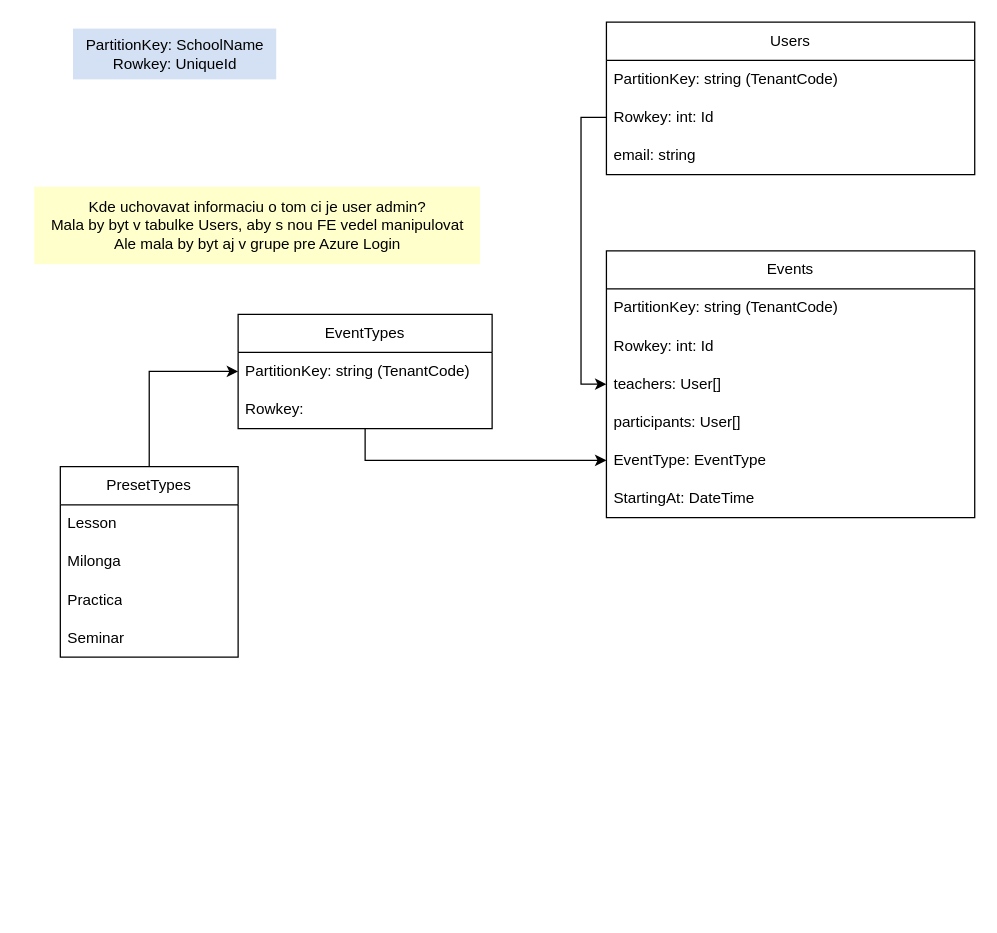
Before: Diagrams/Database.drawio in NicolasMacak/ActivityRegistrator.BE, a draw.io diagram. Source tidied: cells renumbered, new cells numbered last; positions are measured from the earlier drawing's top-left corner, leaving out a move shared by most shapes. Both pictures are drawn from the tidied source at 127%, with x=0, y=0 at pixel (34, 22).
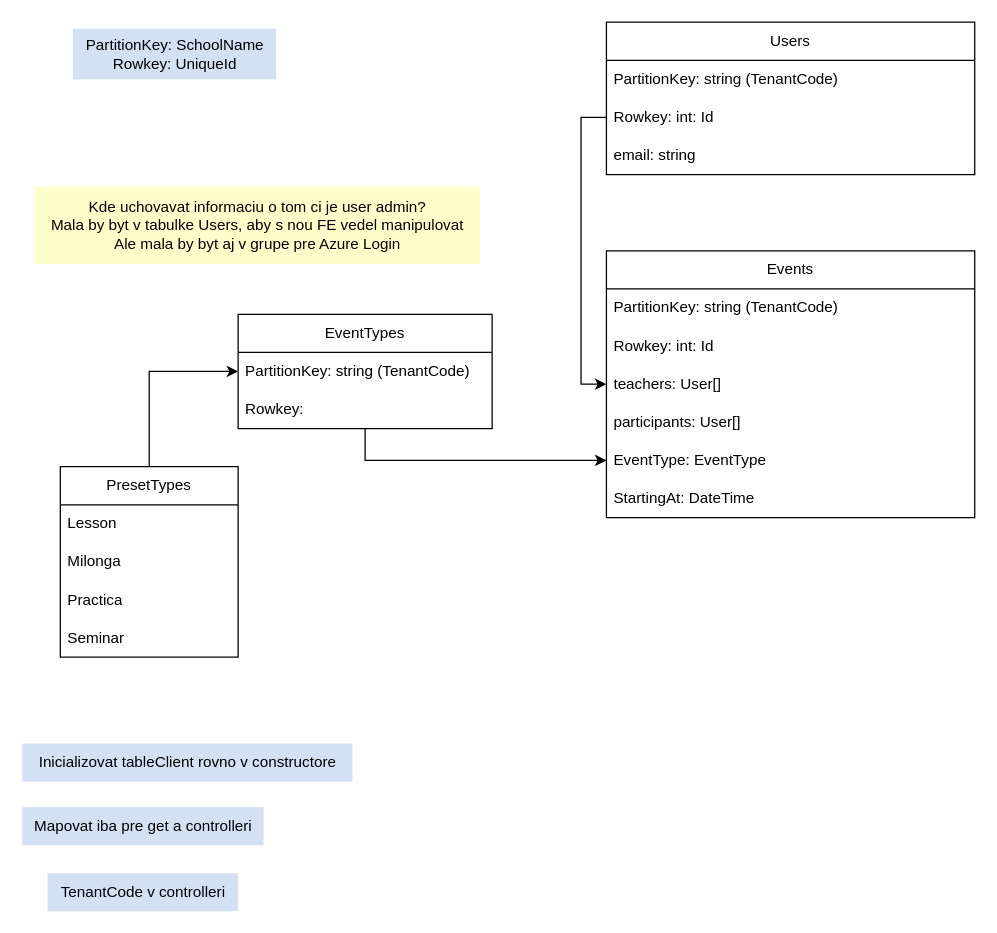
The same diagram, later.

Diff of the diagram source:
```diff
@@
+    <mxCell id="26" value="Inicializovat tableClient rovno v constructore" style="text;html=1;align=center;verticalAlign=middle;strokeColor=none;fillColor=#D4E1F5;" parent="1" vertex="1">
+      <mxGeometry x="-10" y="568" width="260" height="30" as="geometry" />
+    </mxCell>
+    <mxCell id="27" value="Mapovat iba pre get a controlleri" style="text;html=1;align=center;verticalAlign=middle;strokeColor=none;fillColor=#D4E1F5;" parent="1" vertex="1">
+      <mxGeometry x="-10" y="618" width="190" height="30" as="geometry" />
+    </mxCell>
+    <mxCell id="28" value="TenantCode v controlleri" style="text;html=1;align=center;verticalAlign=middle;strokeColor=none;fillColor=#D4E1F5;" parent="1" vertex="1">
+      <mxGeometry x="10" y="670" width="150" height="30" as="geometry" />
+    </mxCell>
```
